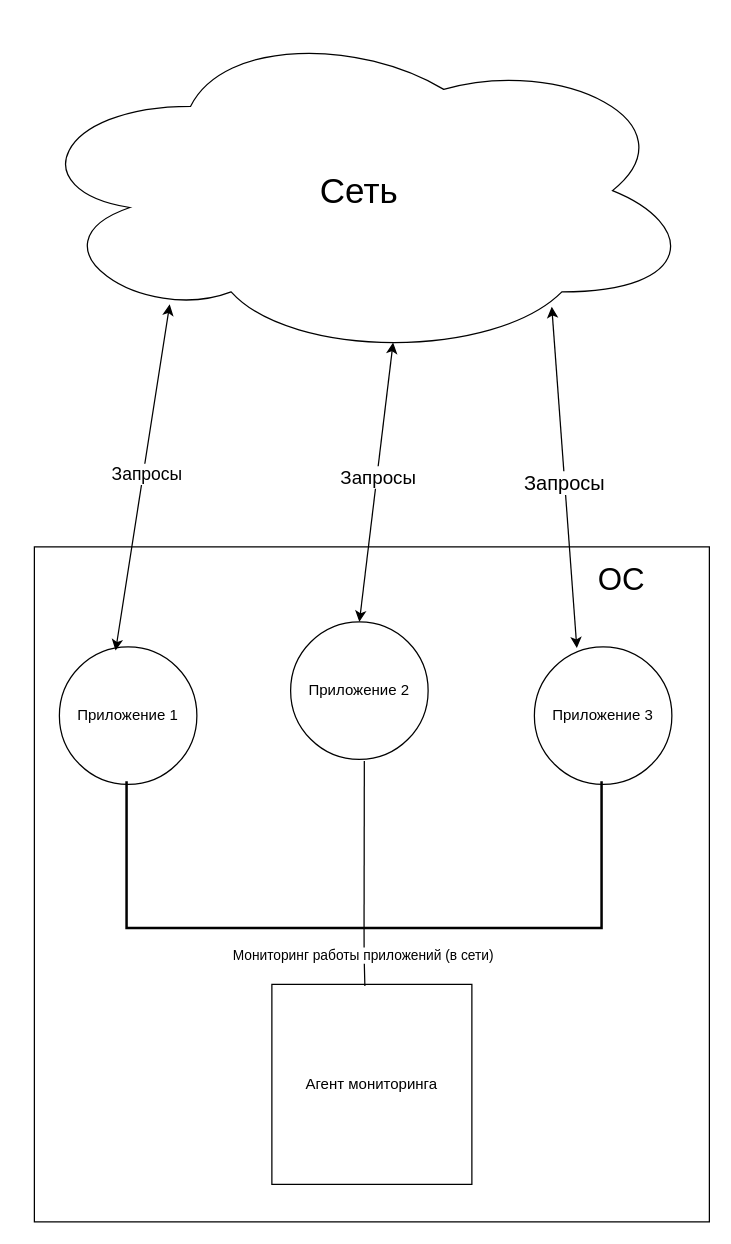
This is page "Page-1" (1 of 2) of project-description/diagrams/arch.drawio from 517ANT39/search-and-detection-botnets, a draw.io file, before an edit. Source tidied: cells renumbered, new cells numbered last; positions are measured from the earlier drawing's top-left corner, leaving out a move shared by most shapes. Both pictures are drawn from the tidied source at 125%, with x=0, y=0 at pixel (21, 21).
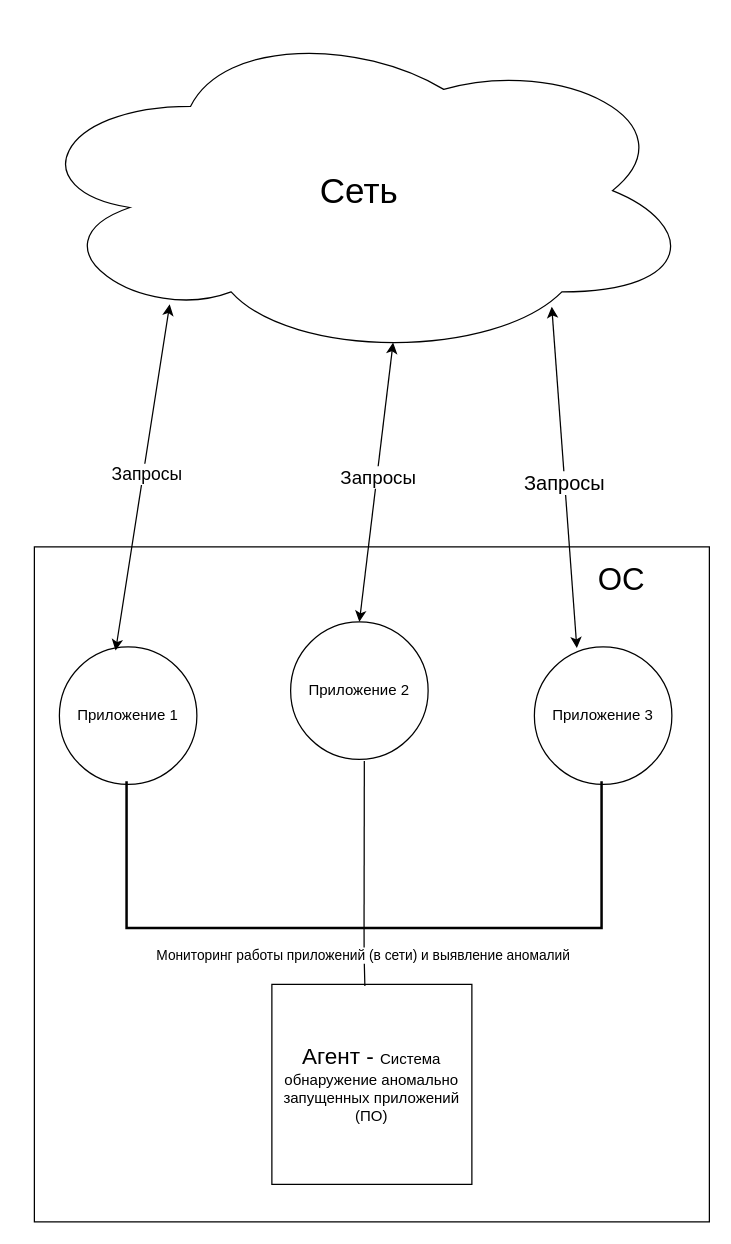
After the change.

Commit message:
[docs]: Добавил второй вариант архитектуры

The edit, as a diff of the source:
```diff
@@
 <mxGraphModel>
   <root>
     <mxCell id="0" />
     <mxCell id="1" parent="0" />
     <mxCell id="2" style="whiteSpace=wrap;html=1;fillColor=none;" parent="1" vertex="1">
       <mxGeometry x="10" y="420" width="540" height="540" as="geometry" />
     </mxCell>
     <mxCell id="3" value="Приложение 1" style="ellipse;whiteSpace=wrap;html=1;fillColor=none;" parent="1" vertex="1">
       <mxGeometry x="30" y="500" width="110" height="110" as="geometry" />
     </mxCell>
     <mxCell id="4" value="Приложение 2" style="ellipse;whiteSpace=wrap;html=1;fillColor=none;" parent="1" vertex="1">
       <mxGeometry x="215" y="480" width="110" height="110" as="geometry" />
     </mxCell>
     <mxCell id="5" value="Приложение 3" style="ellipse;whiteSpace=wrap;html=1;fillColor=none;" parent="1" vertex="1">
       <mxGeometry x="410" y="500" width="110" height="110" as="geometry" />
     </mxCell>
     <mxCell id="6" value="&lt;font style=&quot;font-size: 25px;&quot;&gt;ОС&lt;/font&gt;" style="text;html=1;strokeColor=none;fillColor=none;align=center;verticalAlign=middle;whiteSpace=wrap;rounded=0;" parent="1" vertex="1">
       <mxGeometry x="450" y="430" width="60" height="30" as="geometry" />
     </mxCell>
-    <mxCell id="7" value="Агент мониторинга" style="whiteSpace=wrap;html=1;" parent="1" vertex="1">
+    <mxCell id="7" value="&lt;font style=&quot;font-size: 18px;&quot;&gt;Агент -&amp;nbsp;&lt;/font&gt;Система обнаружение аномально запущенных приложений (ПО)" style="whiteSpace=wrap;html=1;" parent="1" vertex="1">
       <mxGeometry x="200" y="770" width="160" height="160" as="geometry" />
     </mxCell>
     <mxCell id="8" value="&lt;font style=&quot;font-size: 28px;&quot;&gt;Сеть&lt;/font&gt;" style="ellipse;shape=cloud;whiteSpace=wrap;html=1;" parent="1" vertex="1">
       <mxGeometry width="540" height="270" as="geometry" />
     </mxCell>
     <mxCell id="9" style="endArrow=classic;startArrow=classic;html=1;rounded=0;entryX=0.219;entryY=0.837;entryDx=0;entryDy=0;entryPerimeter=0;exitX=0.409;exitY=0.027;exitDx=0;exitDy=0;exitPerimeter=0;" parent="1" edge="1" source="3" target="8">
       <mxGeometry relative="1" as="geometry" />
     </mxCell>
     <mxCell id="10" value="Запросы" style="edgeLabel;html=1;align=center;verticalAlign=middle;fontSize=14;" parent="9" vertex="1">
       <mxGeometry x="0.03" y="-2" relative="1" as="geometry" />
     </mxCell>
     <mxCell id="11" style="endArrow=classic;startArrow=classic;html=1;rounded=0;entryX=0.55;entryY=0.95;entryDx=0;entryDy=0;entryPerimeter=0;exitX=0.5;exitY=0;exitDx=0;exitDy=0;" parent="1" edge="1" source="4" target="8">
       <mxGeometry relative="1" as="geometry" />
     </mxCell>
     <mxCell id="12" value="Запросы" style="edgeLabel;html=1;align=center;verticalAlign=middle;fontSize=15;" parent="11" vertex="1">
       <mxGeometry x="0.04" relative="1" as="geometry" />
     </mxCell>
     <mxCell id="13" style="endArrow=classic;startArrow=classic;html=1;rounded=0;entryX=0.785;entryY=0.844;entryDx=0;entryDy=0;entryPerimeter=0;exitX=0.309;exitY=0.009;exitDx=0;exitDy=0;exitPerimeter=0;" parent="1" edge="1" source="5" target="8">
       <mxGeometry relative="1" as="geometry" />
     </mxCell>
     <mxCell id="14" value="Запросы" style="edgeLabel;html=1;align=center;verticalAlign=middle;fontSize=16;" parent="13" vertex="1">
       <mxGeometry x="-0.03" y="1" relative="1" as="geometry" />
     </mxCell>
     <mxCell id="15" style="strokeWidth=2;html=1;shape=mxgraph.flowchart.annotation_1;align=left;rotation=-90;" parent="1" vertex="1">
       <mxGeometry x="215" y="476.2" width="117.5" height="380" as="geometry" />
     </mxCell>
     <mxCell id="16" style="endArrow=none;html=1;rounded=0;entryX=0.536;entryY=1.011;entryDx=0;entryDy=0;entryPerimeter=0;exitX=0;exitY=0.5;exitDx=0;exitDy=0;exitPerimeter=0;" parent="1" edge="1" source="15" target="4">
       <mxGeometry relative="1" as="geometry" />
     </mxCell>
     <mxCell id="17" style="edgeStyle=orthogonalEdgeStyle;rounded=0;jettySize=auto;html=1;exitX=0;exitY=0.5;exitDx=0;exitDy=0;exitPerimeter=0;entryX=0.465;entryY=0.008;entryDx=0;entryDy=0;entryPerimeter=0;endArrow=none;endFill=0;" parent="1" edge="1" source="15" target="7">
       <mxGeometry relative="1" as="geometry" />
     </mxCell>
-    <mxCell id="18" value="Мониторинг работы приложений (в сети)" style="edgeLabel;html=1;align=center;verticalAlign=middle;" parent="17" vertex="1">
+    <mxCell id="18" value="Мониторинг работы приложений (в сети) и выявление аномалий" style="edgeLabel;html=1;align=center;verticalAlign=middle;" parent="17" vertex="1">
       <mxGeometry x="-0.07" y="-1" relative="1" as="geometry" />
     </mxCell>
   </root>
 </mxGraphModel>
```
